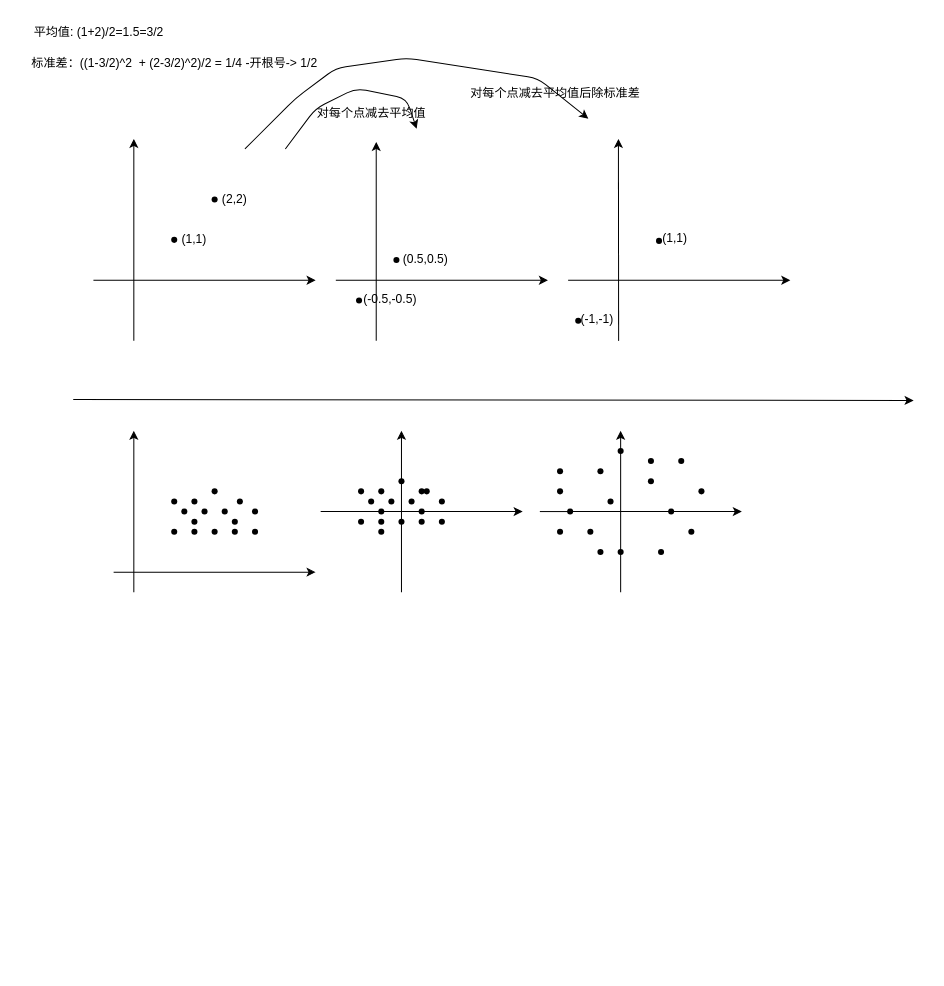
Earlier version of the draw.io diagram post/_posts/人工智能/xx.drawio (zput/zput.github.io). Source tidied: cells renumbered, new cells numbered last; positions are measured from the earlier drawing's top-left corner, leaving out a move shared by most shapes. Both pictures are drawn from the tidied source at 101%, with x=0, y=0 at pixel (17, 17).
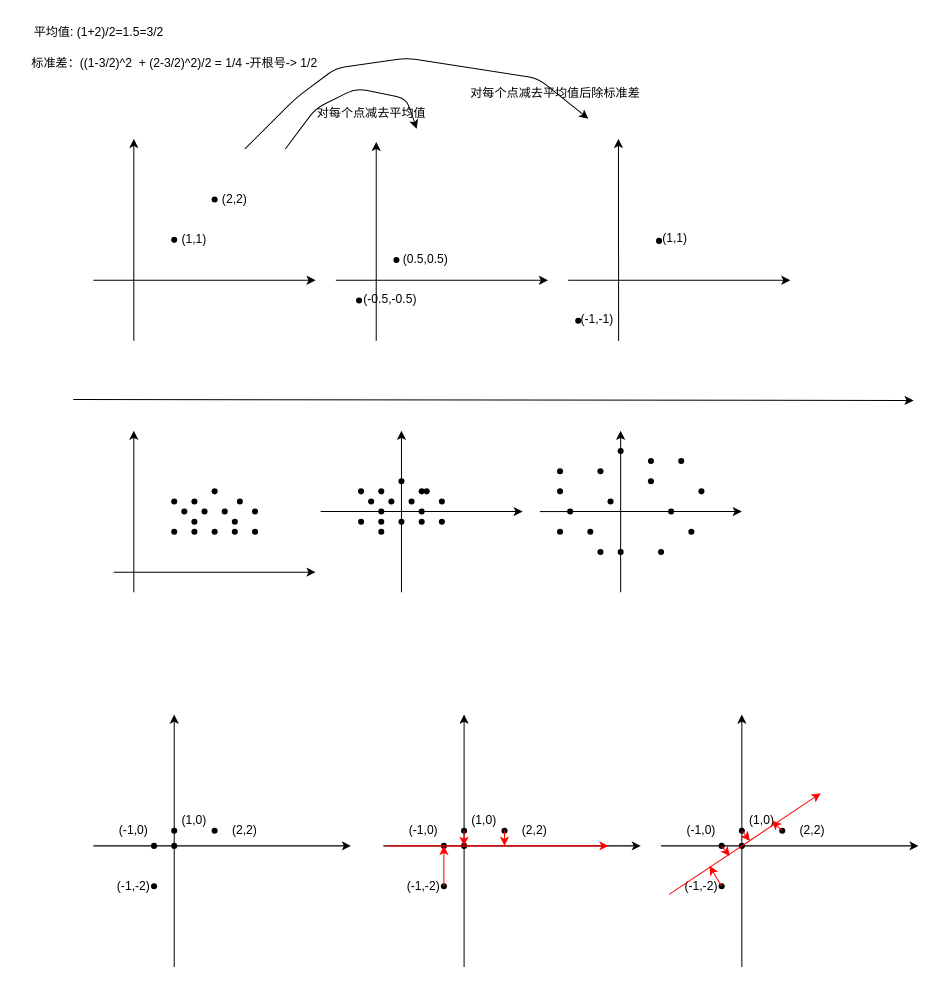
After the change.

Commit message (it also covers changes not shown here):
deploy: zput/myLibrary@45f974699ee986e88eb382dc2647d68609ecba24

What changed in the source:
```diff
@@
+    <mxCell id="85" style="endArrow=classic;html=1;startArrow=none;" parent="1" edge="1" source="93">
+      <mxGeometry relative="1" as="geometry">
+        <mxPoint x="330" y="820" as="targetPoint" />
+      </mxGeometry>
+    </mxCell>
+    <mxCell id="86" style="shape=waypoint;sketch=0;fillStyle=solid;size=6;fillColor=none;perimeter=centerPerimeter;" parent="1" vertex="1">
+      <mxGeometry x="185" y="795" width="20" height="20" as="geometry" />
+    </mxCell>
+    <mxCell id="87" value="(1,0)" style="text;html=1;strokeColor=none;fillColor=none;align=center;verticalAlign=middle;whiteSpace=wrap;rounded=0;" parent="1" vertex="1">
+      <mxGeometry x="145" y="780" width="60" height="30" as="geometry" />
+    </mxCell>
+    <mxCell id="88" value="(2,2)" style="text;html=1;strokeColor=none;fillColor=none;align=center;verticalAlign=middle;whiteSpace=wrap;rounded=0;" parent="1" vertex="1">
+      <mxGeometry x="195" y="790" width="60" height="30" as="geometry" />
+    </mxCell>
+    <mxCell id="89" style="endArrow=classic;html=1;startArrow=none;" parent="1" edge="1" source="98">
+      <mxGeometry relative="1" as="geometry">
+        <mxPoint x="155" y="690" as="targetPoint" />
+      </mxGeometry>
+    </mxCell>
+    <mxCell id="90" value="(-1,-2)" style="text;html=1;strokeColor=none;fillColor=none;align=center;verticalAlign=middle;whiteSpace=wrap;rounded=0;" parent="1" vertex="1">
+      <mxGeometry x="85" y="845" width="60" height="30" as="geometry" />
+    </mxCell>
+    <mxCell id="91" style="shape=waypoint;sketch=0;fillStyle=solid;size=6;fillColor=none;perimeter=centerPerimeter;" parent="1" vertex="1">
+      <mxGeometry x="125" y="850" width="20" height="20" as="geometry" />
+    </mxCell>
+    <mxCell id="92" style="endArrow=none;html=1;" parent="1" edge="1" target="93">
+      <mxGeometry relative="1" as="geometry">
+        <mxPoint x="75" y="820" as="sourcePoint" />
+      </mxGeometry>
+    </mxCell>
+    <mxCell id="93" style="shape=waypoint;sketch=0;fillStyle=solid;size=6;points=[];fillColor=none;perimeter=centerPerimeter;snapToPoint=1;" parent="1" vertex="1">
+      <mxGeometry x="125" y="810" width="20" height="20" as="geometry" />
+    </mxCell>
+    <mxCell id="94" value="(-1,0)" style="text;html=1;strokeColor=none;fillColor=none;align=center;verticalAlign=middle;whiteSpace=wrap;rounded=0;" parent="1" vertex="1">
+      <mxGeometry x="85" y="790" width="60" height="30" as="geometry" />
+    </mxCell>
+    <mxCell id="95" style="endArrow=none;html=1;" parent="1" edge="1" target="96">
+      <mxGeometry relative="1" as="geometry">
+        <mxPoint x="155" y="940" as="sourcePoint" />
+      </mxGeometry>
+    </mxCell>
+    <mxCell id="96" style="shape=waypoint;sketch=0;fillStyle=solid;size=6;points=[];fillColor=none;perimeter=centerPerimeter;snapToPoint=1;" parent="1" vertex="1">
+      <mxGeometry x="145" y="810" width="20" height="20" as="geometry" />
+    </mxCell>
+    <mxCell id="97" style="endArrow=none;html=1;startArrow=none;" parent="1" edge="1" source="96" target="98">
+      <mxGeometry relative="1" as="geometry" />
+    </mxCell>
+    <mxCell id="98" style="shape=waypoint;sketch=0;fillStyle=solid;size=6;points=[];fillColor=none;perimeter=centerPerimeter;snapToPoint=1;" parent="1" vertex="1">
+      <mxGeometry x="145" y="795" width="20" height="20" as="geometry" />
+    </mxCell>
+    <mxCell id="99" style="endArrow=classic;html=1;startArrow=none;" parent="1" edge="1" source="107">
+      <mxGeometry relative="1" as="geometry">
+        <mxPoint x="617" y="820" as="targetPoint" />
+      </mxGeometry>
+    </mxCell>
+    <mxCell id="100" style="shape=waypoint;sketch=0;fillStyle=solid;size=6;fillColor=none;perimeter=centerPerimeter;" parent="1" vertex="1">
+      <mxGeometry x="472" y="795" width="20" height="20" as="geometry" />
+    </mxCell>
+    <mxCell id="101" value="(1,0)" style="text;html=1;strokeColor=none;fillColor=none;align=center;verticalAlign=middle;whiteSpace=wrap;rounded=0;" parent="1" vertex="1">
+      <mxGeometry x="432" y="780" width="60" height="30" as="geometry" />
+    </mxCell>
+    <mxCell id="102" value="(2,2)" style="text;html=1;strokeColor=none;fillColor=none;align=center;verticalAlign=middle;whiteSpace=wrap;rounded=0;" parent="1" vertex="1">
+      <mxGeometry x="482" y="790" width="60" height="30" as="geometry" />
+    </mxCell>
+    <mxCell id="103" style="endArrow=classic;html=1;startArrow=none;" parent="1" edge="1" source="112">
+      <mxGeometry relative="1" as="geometry">
+        <mxPoint x="442" y="690" as="targetPoint" />
+      </mxGeometry>
+    </mxCell>
+    <mxCell id="104" value="(-1,-2)" style="text;html=1;strokeColor=none;fillColor=none;align=center;verticalAlign=middle;whiteSpace=wrap;rounded=0;" parent="1" vertex="1">
+      <mxGeometry x="372" y="845" width="60" height="30" as="geometry" />
+    </mxCell>
+    <mxCell id="105" style="shape=waypoint;sketch=0;fillStyle=solid;size=6;points=[];fillColor=none;perimeter=centerPerimeter;snapToPoint=1;" parent="1" vertex="1">
+      <mxGeometry x="412" y="850" width="20" height="20" as="geometry" />
+    </mxCell>
+    <mxCell id="106" style="endArrow=none;html=1;" parent="1" edge="1" target="107">
+      <mxGeometry relative="1" as="geometry">
+        <mxPoint x="362" y="820" as="sourcePoint" />
+      </mxGeometry>
+    </mxCell>
+    <mxCell id="107" style="shape=waypoint;sketch=0;fillStyle=solid;size=6;points=[];fillColor=none;perimeter=centerPerimeter;snapToPoint=1;" parent="1" vertex="1">
+      <mxGeometry x="412" y="810" width="20" height="20" as="geometry" />
+    </mxCell>
+    <mxCell id="108" value="(-1,0)" style="text;html=1;strokeColor=none;fillColor=none;align=center;verticalAlign=middle;whiteSpace=wrap;rounded=0;" parent="1" vertex="1">
+      <mxGeometry x="372" y="790" width="60" height="30" as="geometry" />
+    </mxCell>
+    <mxCell id="109" style="endArrow=none;html=1;" parent="1" edge="1" target="110">
+      <mxGeometry relative="1" as="geometry">
+        <mxPoint x="442" y="940" as="sourcePoint" />
+      </mxGeometry>
+    </mxCell>
+    <mxCell id="110" style="shape=waypoint;sketch=0;fillStyle=solid;size=6;points=[];fillColor=none;perimeter=centerPerimeter;snapToPoint=1;" parent="1" vertex="1">
+      <mxGeometry x="432" y="810" width="20" height="20" as="geometry" />
+    </mxCell>
+    <mxCell id="111" style="endArrow=none;html=1;startArrow=none;" parent="1" edge="1" source="110" target="112">
+      <mxGeometry relative="1" as="geometry" />
+    </mxCell>
+    <mxCell id="112" style="shape=waypoint;sketch=0;fillStyle=solid;size=6;points=[];fillColor=none;perimeter=centerPerimeter;snapToPoint=1;" parent="1" vertex="1">
+      <mxGeometry x="432" y="795" width="20" height="20" as="geometry" />
+    </mxCell>
+    <mxCell id="113" style="endArrow=classic;html=1;strokeColor=#FF0000;" parent="1" edge="1">
+      <mxGeometry relative="1" as="geometry">
+        <mxPoint x="365" y="820" as="sourcePoint" />
+        <mxPoint x="585" y="820" as="targetPoint" />
+      </mxGeometry>
+    </mxCell>
+    <mxCell id="114" style="endArrow=classic;html=1;strokeColor=#FF0000;entryX=0.65;entryY=0.5;entryDx=0;entryDy=0;entryPerimeter=0;" parent="1" edge="1" source="105" target="107">
+      <mxGeometry relative="1" as="geometry" />
+    </mxCell>
+    <mxCell id="115" style="endArrow=classic;html=1;strokeColor=#FF0000;exitX=0;exitY=0.5;exitDx=0;exitDy=0;entryX=0;entryY=1;entryDx=0;entryDy=0;" parent="1" edge="1" source="102" target="102">
+      <mxGeometry relative="1" as="geometry" />
+    </mxCell>
+    <mxCell id="116" style="endArrow=classic;html=1;strokeColor=#FF0000;exitX=0;exitY=0.5;exitDx=0;exitDy=0;entryX=0;entryY=1;entryDx=0;entryDy=0;" parent="1" edge="1">
+      <mxGeometry relative="1" as="geometry">
+        <mxPoint x="441.9" y="805" as="sourcePoint" />
+        <mxPoint x="441.9" y="820" as="targetPoint" />
+      </mxGeometry>
+    </mxCell>
+    <mxCell id="117" style="endArrow=classic;html=1;startArrow=none;" parent="1" edge="1" source="125">
+      <mxGeometry relative="1" as="geometry">
+        <mxPoint x="892" y="820" as="targetPoint" />
+      </mxGeometry>
+    </mxCell>
+    <mxCell id="118" style="shape=waypoint;sketch=0;fillStyle=solid;size=6;fillColor=none;perimeter=centerPerimeter;" parent="1" vertex="1">
+      <mxGeometry x="747" y="795" width="20" height="20" as="geometry" />
+    </mxCell>
+    <mxCell id="119" value="(1,0)" style="text;html=1;strokeColor=none;fillColor=none;align=center;verticalAlign=middle;whiteSpace=wrap;rounded=0;" parent="1" vertex="1">
+      <mxGeometry x="707" y="780" width="60" height="30" as="geometry" />
+    </mxCell>
+    <mxCell id="120" value="(2,2)" style="text;html=1;strokeColor=none;fillColor=none;align=center;verticalAlign=middle;whiteSpace=wrap;rounded=0;" parent="1" vertex="1">
+      <mxGeometry x="757" y="790" width="60" height="30" as="geometry" />
+    </mxCell>
+    <mxCell id="121" style="endArrow=classic;html=1;startArrow=none;" parent="1" edge="1" source="130">
+      <mxGeometry relative="1" as="geometry">
+        <mxPoint x="717" y="690" as="targetPoint" />
+      </mxGeometry>
+    </mxCell>
+    <mxCell id="122" value="(-1,-2)" style="text;html=1;strokeColor=none;fillColor=none;align=center;verticalAlign=middle;whiteSpace=wrap;rounded=0;" parent="1" vertex="1">
+      <mxGeometry x="647" y="845" width="60" height="30" as="geometry" />
+    </mxCell>
+    <mxCell id="123" style="shape=waypoint;sketch=0;fillStyle=solid;size=6;points=[];fillColor=none;perimeter=centerPerimeter;snapToPoint=1;" parent="1" vertex="1">
+      <mxGeometry x="687" y="850" width="20" height="20" as="geometry" />
+    </mxCell>
+    <mxCell id="124" style="endArrow=none;html=1;" parent="1" edge="1" target="125">
+      <mxGeometry relative="1" as="geometry">
+        <mxPoint x="637" y="820" as="sourcePoint" />
+      </mxGeometry>
+    </mxCell>
+    <mxCell id="125" style="shape=waypoint;sketch=0;fillStyle=solid;size=6;points=[];fillColor=none;perimeter=centerPerimeter;snapToPoint=1;" parent="1" vertex="1">
+      <mxGeometry x="687" y="810" width="20" height="20" as="geometry" />
+    </mxCell>
+    <mxCell id="126" value="(-1,0)" style="text;html=1;strokeColor=none;fillColor=none;align=center;verticalAlign=middle;whiteSpace=wrap;rounded=0;" parent="1" vertex="1">
+      <mxGeometry x="647" y="790" width="60" height="30" as="geometry" />
+    </mxCell>
+    <mxCell id="127" style="endArrow=none;html=1;" parent="1" edge="1" target="128">
+      <mxGeometry relative="1" as="geometry">
+        <mxPoint x="717" y="940" as="sourcePoint" />
+      </mxGeometry>
+    </mxCell>
+    <mxCell id="128" style="shape=waypoint;sketch=0;fillStyle=solid;size=6;points=[];fillColor=none;perimeter=centerPerimeter;snapToPoint=1;" parent="1" vertex="1">
+      <mxGeometry x="707" y="810" width="20" height="20" as="geometry" />
+    </mxCell>
+    <mxCell id="129" style="endArrow=none;html=1;startArrow=none;" parent="1" edge="1" source="128" target="130">
+      <mxGeometry relative="1" as="geometry" />
+    </mxCell>
+    <mxCell id="130" style="shape=waypoint;sketch=0;fillStyle=solid;size=6;points=[];fillColor=none;perimeter=centerPerimeter;snapToPoint=1;" parent="1" vertex="1">
+      <mxGeometry x="707" y="795" width="20" height="20" as="geometry" />
+    </mxCell>
+    <mxCell id="131" style="endArrow=classic;html=1;strokeColor=#FF0000;" parent="1" edge="1">
+      <mxGeometry relative="1" as="geometry">
+        <mxPoint x="645" y="868" as="sourcePoint" />
+        <mxPoint x="795" y="768" as="targetPoint" />
+      </mxGeometry>
+    </mxCell>
+    <mxCell id="132" style="endArrow=classic;html=1;strokeColor=#FF0000;" parent="1" edge="1" source="123">
+      <mxGeometry relative="1" as="geometry">
+        <mxPoint x="685" y="840" as="targetPoint" />
+      </mxGeometry>
+    </mxCell>
+    <mxCell id="133" style="endArrow=classic;html=1;strokeColor=#FF0000;exitX=0;exitY=0.5;exitDx=0;exitDy=0;entryX=0.949;entryY=0.964;entryDx=0;entryDy=0;entryPerimeter=0;" parent="1" edge="1" target="130">
+      <mxGeometry relative="1" as="geometry">
+        <mxPoint x="716.9" y="805" as="sourcePoint" />
+      </mxGeometry>
+    </mxCell>
+    <mxCell id="134" style="endArrow=classic;html=1;strokeColor=#FF0000;exitX=0.719;exitY=0.947;exitDx=0;exitDy=0;exitPerimeter=0;" parent="1" edge="1" source="125">
+      <mxGeometry relative="1" as="geometry">
+        <mxPoint x="705" y="830" as="targetPoint" />
+        <Array as="points">
+          <mxPoint x="705" y="830" />
+        </Array>
+      </mxGeometry>
+    </mxCell>
+    <mxCell id="135" style="endArrow=classic;html=1;strokeColor=#FF0000;exitX=0.719;exitY=0.947;exitDx=0;exitDy=0;exitPerimeter=0;" parent="1" edge="1">
+      <mxGeometry relative="1" as="geometry">
+        <mxPoint x="717" y="805" as="sourcePoint" />
+        <mxPoint x="725" y="815" as="targetPoint" />
+        <Array as="points">
+          <mxPoint x="725" y="815" />
+        </Array>
+      </mxGeometry>
+    </mxCell>
+    <mxCell id="136" style="endArrow=classic;html=1;strokeColor=#FF0000;exitX=-0.001;exitY=0.495;exitDx=0;exitDy=0;exitPerimeter=0;" parent="1" edge="1" source="120">
+      <mxGeometry relative="1" as="geometry">
+        <mxPoint x="747" y="795" as="targetPoint" />
+      </mxGeometry>
+    </mxCell>
```
